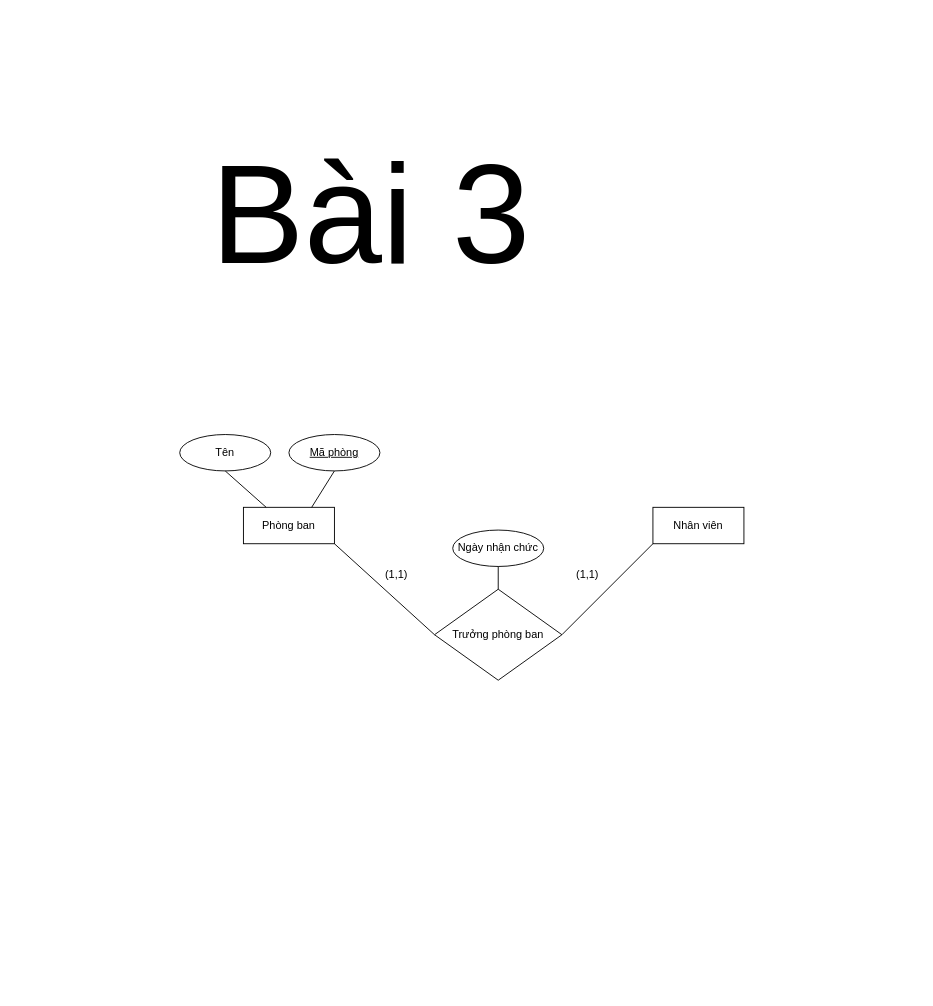
This is page "Trang-3" (3 of 3) of Biểu đồ không có tiêu đề.drawio from S0ra1n0/Database-learning, a draw.io file, before an edit. Source tidied: cells renumbered, new cells numbered last; positions are measured from the earlier drawing's top-left corner, leaving out a move shared by most shapes. Both pictures are drawn from the tidied source at 91%, with x=0, y=0 at pixel (179, 125).
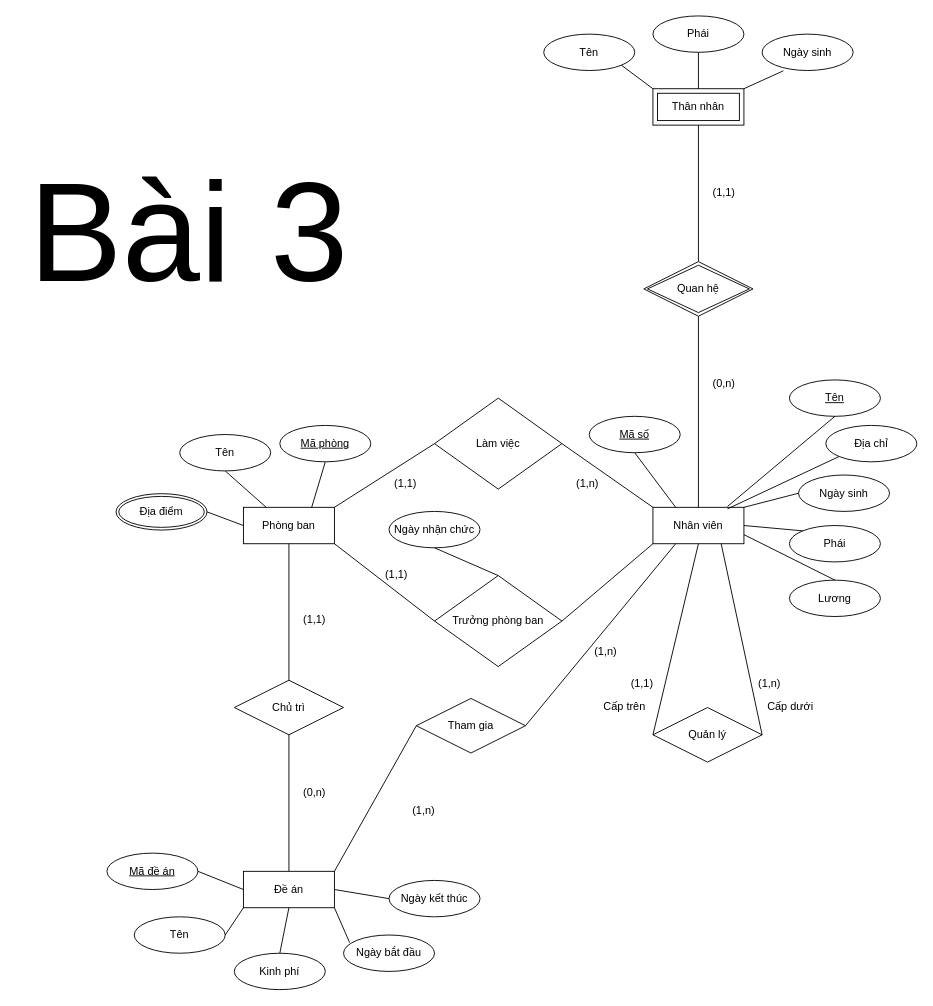
Above is the later version.

Commit message:
Cập nhật Biểu đồ không có tiêu đề.drawio

Unchanged cells that the change refers to:
```xml
<mxCell id="3" value="Nhân viên" style="whiteSpace=wrap;html=1;align=center;" parent="1" vertex="1">
  <mxGeometry x="520" y="420" width="100" height="40" as="geometry" />
</mxCell>
<mxCell id="4" value="Phòng ban" style="whiteSpace=wrap;html=1;align=center;" parent="1" vertex="1">
  <mxGeometry x="70" y="420" width="100" height="40" as="geometry" />
</mxCell>
```

Diff of the diagram source:
```diff
@@
     <mxCell id="2" value="&lt;font style=&quot;font-size: 154px;&quot;&gt;Bài 3&lt;/font&gt;" style="text;strokeColor=none;fillColor=none;spacingLeft=4;spacingRight=4;overflow=hidden;fontSize=12;whiteSpace=wrap;html=1;align=center;" parent="1" vertex="1">
-      <mxGeometry x="20" width="380" height="225" as="geometry" />
+      <mxGeometry x="-180" y="20" width="380" height="225" as="geometry" />
     </mxCell>
@@
     <mxCell id="5" value="Ngày nhận chức" style="ellipse;whiteSpace=wrap;html=1;align=center;" parent="1" vertex="1">
-      <mxGeometry x="300" y="445" width="100" height="40" as="geometry" />
+      <mxGeometry x="230" y="424.5" width="100" height="40" as="geometry" />
     </mxCell>
     <mxCell id="6" value="Mã phòng" style="ellipse;whiteSpace=wrap;html=1;align=center;fontStyle=4;" parent="1" vertex="1">
-      <mxGeometry x="120" y="340" width="100" height="40" as="geometry" />
+      <mxGeometry x="110" y="330" width="100" height="40" as="geometry" />
     </mxCell>
@@
     <mxCell id="8" value="Trưởng phòng ban" style="shape=rhombus;perimeter=rhombusPerimeter;whiteSpace=wrap;html=1;align=center;" parent="1" vertex="1">
-      <mxGeometry x="280" y="510" width="140" height="100" as="geometry" />
+      <mxGeometry x="280" y="495" width="140" height="100" as="geometry" />
     </mxCell>
@@
     <mxCell id="13" value="(1,1)" style="text;strokeColor=none;fillColor=none;spacingLeft=4;spacingRight=4;overflow=hidden;fontSize=12;whiteSpace=wrap;html=1;" parent="1" vertex="1">
-      <mxGeometry x="430" y="480" width="40" height="30" as="geometry" />
+      <mxGeometry x="490" y="600" width="40" height="30" as="geometry" />
     </mxCell>
@@
+    <mxCell id="16" value="Địa điểm" style="ellipse;shape=doubleEllipse;margin=3;whiteSpace=wrap;html=1;align=center;" parent="1" vertex="1">
+      <mxGeometry x="-70" y="405" width="100" height="40" as="geometry" />
+    </mxCell>
+    <mxCell id="17" style="endArrow=none;html=1;rounded=0;entryX=0;entryY=0.5;entryDx=0;entryDy=0;exitX=1;exitY=0.5;exitDx=0;exitDy=0;" parent="1" edge="1" source="16" target="4">
+      <mxGeometry relative="1" as="geometry" />
+    </mxCell>
+    <mxCell id="18" value="Đề án" style="whiteSpace=wrap;html=1;align=center;" parent="1" vertex="1">
+      <mxGeometry x="70" y="820" width="100" height="40" as="geometry" />
+    </mxCell>
+    <mxCell id="19" value="Mã đề án" style="ellipse;whiteSpace=wrap;html=1;align=center;fontStyle=4;" parent="1" vertex="1">
+      <mxGeometry x="-80" y="800" width="100" height="40" as="geometry" />
+    </mxCell>
+    <mxCell id="20" value="Ngày kết thúc" style="ellipse;whiteSpace=wrap;html=1;align=center;" parent="1" vertex="1">
+      <mxGeometry x="230" y="830" width="100" height="40" as="geometry" />
+    </mxCell>
+    <mxCell id="21" value="Ngày bắt đầu" style="ellipse;whiteSpace=wrap;html=1;align=center;" parent="1" vertex="1">
+      <mxGeometry x="180" y="890" width="100" height="40" as="geometry" />
+    </mxCell>
+    <mxCell id="22" value="Kinh phí" style="ellipse;whiteSpace=wrap;html=1;align=center;" parent="1" vertex="1">
+      <mxGeometry x="60" y="910" width="100" height="40" as="geometry" />
+    </mxCell>
+    <mxCell id="23" value="Tên" style="ellipse;whiteSpace=wrap;html=1;align=center;" parent="1" vertex="1">
+      <mxGeometry x="-50" y="870" width="100" height="40" as="geometry" />
+    </mxCell>
+    <mxCell id="24" style="endArrow=none;html=1;rounded=0;entryX=0;entryY=0.5;entryDx=0;entryDy=0;exitX=1;exitY=0.5;exitDx=0;exitDy=0;" parent="1" edge="1" source="18" target="20">
+      <mxGeometry relative="1" as="geometry" />
+    </mxCell>
+    <mxCell id="25" style="endArrow=none;html=1;rounded=0;exitX=0.067;exitY=0.208;exitDx=0;exitDy=0;exitPerimeter=0;entryX=1;entryY=1;entryDx=0;entryDy=0;" parent="1" edge="1" source="21" target="18">
+      <mxGeometry relative="1" as="geometry" />
+    </mxCell>
+    <mxCell id="26" style="endArrow=none;html=1;rounded=0;exitX=0.5;exitY=0;exitDx=0;exitDy=0;entryX=0.5;entryY=1;entryDx=0;entryDy=0;" parent="1" edge="1" source="22" target="18">
+      <mxGeometry relative="1" as="geometry" />
+    </mxCell>
+    <mxCell id="27" style="endArrow=none;html=1;rounded=0;exitX=1;exitY=0.5;exitDx=0;exitDy=0;entryX=0;entryY=1;entryDx=0;entryDy=0;" parent="1" edge="1" source="23" target="18">
+      <mxGeometry relative="1" as="geometry" />
+    </mxCell>
+    <mxCell id="28" style="endArrow=none;html=1;rounded=0;exitX=1;exitY=0.5;exitDx=0;exitDy=0;entryX=0;entryY=0.5;entryDx=0;entryDy=0;" parent="1" edge="1" source="19" target="18">
+      <mxGeometry relative="1" as="geometry" />
+    </mxCell>
+    <mxCell id="29" value="Chủ trì" style="shape=rhombus;perimeter=rhombusPerimeter;whiteSpace=wrap;html=1;align=center;" parent="1" vertex="1">
+      <mxGeometry x="60" y="610" width="120" height="60" as="geometry" />
+    </mxCell>
+    <mxCell id="30" style="endArrow=none;html=1;rounded=0;exitX=0.5;exitY=1;exitDx=0;exitDy=0;entryX=0.5;entryY=0;entryDx=0;entryDy=0;" parent="1" edge="1" source="29" target="18">
+      <mxGeometry relative="1" as="geometry" />
+    </mxCell>
+    <mxCell id="31" style="endArrow=none;html=1;rounded=0;exitX=0.5;exitY=1;exitDx=0;exitDy=0;entryX=0.5;entryY=0;entryDx=0;entryDy=0;" parent="1" edge="1" source="4" target="29">
+      <mxGeometry relative="1" as="geometry" />
+    </mxCell>
+    <mxCell id="32" value="(1,1)" style="text;strokeColor=none;fillColor=none;spacingLeft=4;spacingRight=4;overflow=hidden;fontSize=12;whiteSpace=wrap;html=1;" parent="1" vertex="1">
+      <mxGeometry x="130" y="530" width="40" height="30" as="geometry" />
+    </mxCell>
+    <mxCell id="33" value="(0,n)" style="text;strokeColor=none;fillColor=none;spacingLeft=4;spacingRight=4;overflow=hidden;fontSize=12;whiteSpace=wrap;html=1;" parent="1" vertex="1">
+      <mxGeometry x="130" y="720" width="40" height="30" as="geometry" />
+    </mxCell>
+    <mxCell id="34" value="Mã số" style="ellipse;whiteSpace=wrap;html=1;align=center;fontStyle=4;" parent="1" vertex="1">
+      <mxGeometry x="450" y="320" width="100" height="40" as="geometry" />
+    </mxCell>
+    <mxCell id="35" value="Phái" style="ellipse;whiteSpace=wrap;html=1;align=center;" parent="1" vertex="1">
+      <mxGeometry x="670" y="440" width="100" height="40" as="geometry" />
+    </mxCell>
+    <mxCell id="36" value="Ngày sinh" style="ellipse;whiteSpace=wrap;html=1;align=center;" parent="1" vertex="1">
+      <mxGeometry x="680" y="384.5" width="100" height="40" as="geometry" />
+    </mxCell>
+    <mxCell id="37" value="Địa chỉ" style="ellipse;whiteSpace=wrap;html=1;align=center;" parent="1" vertex="1">
+      <mxGeometry x="710" y="330" width="100" height="40" as="geometry" />
+    </mxCell>
+    <mxCell id="38" value="Lương" style="ellipse;whiteSpace=wrap;html=1;align=center;" parent="1" vertex="1">
+      <mxGeometry x="670" y="500" width="100" height="40" as="geometry" />
+    </mxCell>
+    <mxCell id="39" value="Tên" style="ellipse;whiteSpace=wrap;html=1;align=center;fontStyle=4;" parent="1" vertex="1">
+      <mxGeometry x="670" y="280" width="100" height="40" as="geometry" />
+    </mxCell>
+    <mxCell id="40" style="endArrow=none;html=1;rounded=0;entryX=0.5;entryY=0;entryDx=0;entryDy=0;exitX=1;exitY=0.75;exitDx=0;exitDy=0;" parent="1" edge="1" source="3" target="38">
+      <mxGeometry relative="1" as="geometry" />
+    </mxCell>
+    <mxCell id="41" style="endArrow=none;html=1;rounded=0;entryX=0;entryY=0;entryDx=0;entryDy=0;exitX=1;exitY=0.5;exitDx=0;exitDy=0;" parent="1" edge="1" source="3" target="35">
+      <mxGeometry relative="1" as="geometry" />
+    </mxCell>
+    <mxCell id="42" style="endArrow=none;html=1;rounded=0;entryX=0;entryY=0.5;entryDx=0;entryDy=0;exitX=1;exitY=0;exitDx=0;exitDy=0;" parent="1" edge="1" source="3" target="36">
+      <mxGeometry relative="1" as="geometry" />
+    </mxCell>
+    <mxCell id="43" style="endArrow=none;html=1;rounded=0;entryX=0;entryY=1;entryDx=0;entryDy=0;exitX=0.82;exitY=0.042;exitDx=0;exitDy=0;exitPerimeter=0;" parent="1" edge="1" source="3" target="37">
+      <mxGeometry relative="1" as="geometry" />
+    </mxCell>
+    <mxCell id="44" style="endArrow=none;html=1;rounded=0;entryX=0.5;entryY=1;entryDx=0;entryDy=0;exitX=0.82;exitY=-0.025;exitDx=0;exitDy=0;exitPerimeter=0;" parent="1" edge="1" source="3" target="39">
+      <mxGeometry relative="1" as="geometry" />
+    </mxCell>
+    <mxCell id="45" style="endArrow=none;html=1;rounded=0;exitX=0.25;exitY=0;exitDx=0;exitDy=0;entryX=0.5;entryY=1;entryDx=0;entryDy=0;" parent="1" edge="1" source="3" target="34">
+      <mxGeometry relative="1" as="geometry" />
+    </mxCell>
+    <mxCell id="46" value="Làm việc" style="shape=rhombus;perimeter=rhombusPerimeter;whiteSpace=wrap;html=1;align=center;" parent="1" vertex="1">
+      <mxGeometry x="280" y="300" width="140" height="100" as="geometry" />
+    </mxCell>
+    <mxCell id="47" style="endArrow=none;html=1;rounded=0;entryX=0;entryY=0.5;entryDx=0;entryDy=0;exitX=1;exitY=0;exitDx=0;exitDy=0;" parent="1" edge="1" source="4" target="46">
+      <mxGeometry relative="1" as="geometry" />
+    </mxCell>
+    <mxCell id="48" style="endArrow=none;html=1;rounded=0;entryX=0;entryY=0;entryDx=0;entryDy=0;exitX=1;exitY=0.5;exitDx=0;exitDy=0;" parent="1" edge="1" source="46" target="3">
+      <mxGeometry relative="1" as="geometry" />
+    </mxCell>
+    <mxCell id="49" value="(1,1)" style="text;strokeColor=none;fillColor=none;spacingLeft=4;spacingRight=4;overflow=hidden;fontSize=12;whiteSpace=wrap;html=1;" parent="1" vertex="1">
+      <mxGeometry x="230" y="380" width="40" height="30" as="geometry" />
+    </mxCell>
+    <mxCell id="50" value="(1,n)" style="text;strokeColor=none;fillColor=none;spacingLeft=4;spacingRight=4;overflow=hidden;fontSize=12;whiteSpace=wrap;html=1;" parent="1" vertex="1">
+      <mxGeometry x="430" y="380" width="40" height="30" as="geometry" />
+    </mxCell>
+    <mxCell id="51" value="Tham gia" style="shape=rhombus;perimeter=rhombusPerimeter;whiteSpace=wrap;html=1;align=center;" parent="1" vertex="1">
+      <mxGeometry x="260" y="630" width="120" height="60" as="geometry" />
+    </mxCell>
+    <mxCell id="52" style="endArrow=none;html=1;rounded=0;entryX=0;entryY=0.5;entryDx=0;entryDy=0;exitX=1;exitY=0;exitDx=0;exitDy=0;" parent="1" edge="1" source="18" target="51">
+      <mxGeometry relative="1" as="geometry" />
+    </mxCell>
+    <mxCell id="53" style="endArrow=none;html=1;rounded=0;entryX=0.25;entryY=1;entryDx=0;entryDy=0;exitX=1;exitY=0.5;exitDx=0;exitDy=0;" parent="1" edge="1" source="51" target="3">
+      <mxGeometry relative="1" as="geometry" />
+    </mxCell>
+    <mxCell id="54" value="(1,n)" style="text;strokeColor=none;fillColor=none;spacingLeft=4;spacingRight=4;overflow=hidden;fontSize=12;whiteSpace=wrap;html=1;" parent="1" vertex="1">
+      <mxGeometry x="450" y="565" width="40" height="30" as="geometry" />
+    </mxCell>
+    <mxCell id="55" value="(1,n)" style="text;strokeColor=none;fillColor=none;spacingLeft=4;spacingRight=4;overflow=hidden;fontSize=12;whiteSpace=wrap;html=1;" parent="1" vertex="1">
+      <mxGeometry x="250" y="740" width="40" height="30" as="geometry" />
+    </mxCell>
+    <mxCell id="56" value="Quản lý" style="shape=rhombus;perimeter=rhombusPerimeter;whiteSpace=wrap;html=1;align=center;" parent="1" vertex="1">
+      <mxGeometry x="520" y="640" width="120" height="60" as="geometry" />
+    </mxCell>
+    <mxCell id="57" style="endArrow=none;html=1;rounded=0;entryX=0.75;entryY=1;entryDx=0;entryDy=0;exitX=1;exitY=0.5;exitDx=0;exitDy=0;" parent="1" edge="1" source="56" target="3">
+      <mxGeometry relative="1" as="geometry" />
+    </mxCell>
+    <mxCell id="58" style="endArrow=none;html=1;rounded=0;entryX=0.5;entryY=1;entryDx=0;entryDy=0;exitX=0;exitY=0.5;exitDx=0;exitDy=0;" parent="1" edge="1" source="56" target="3">
+      <mxGeometry relative="1" as="geometry" />
+    </mxCell>
+    <mxCell id="59" value="(1,n)" style="text;strokeColor=none;fillColor=none;spacingLeft=4;spacingRight=4;overflow=hidden;fontSize=12;whiteSpace=wrap;html=1;" parent="1" vertex="1">
+      <mxGeometry x="630" y="600" width="40" height="30" as="geometry" />
+    </mxCell>
+    <mxCell id="60" value="Cấp dưới" style="text;strokeColor=none;fillColor=none;spacingLeft=4;spacingRight=4;overflow=hidden;fontSize=12;whiteSpace=wrap;html=1;" parent="1" vertex="1">
+      <mxGeometry x="640" y="625" width="70" height="30" as="geometry" />
+    </mxCell>
+    <mxCell id="61" value="Cấp trên" style="text;strokeColor=none;fillColor=none;spacingLeft=4;spacingRight=4;overflow=hidden;fontSize=12;whiteSpace=wrap;html=1;" parent="1" vertex="1">
+      <mxGeometry x="460" y="625" width="70" height="30" as="geometry" />
+    </mxCell>
+    <mxCell id="62" value="Thân nhân" style="shape=ext;margin=3;double=1;whiteSpace=wrap;html=1;align=center;" parent="1" vertex="1">
+      <mxGeometry x="520" y="-40" width="100" height="40" as="geometry" />
+    </mxCell>
+    <mxCell id="63" value="Quan hệ" style="shape=rhombus;double=1;perimeter=rhombusPerimeter;whiteSpace=wrap;html=1;align=center;" parent="1" vertex="1">
+      <mxGeometry x="510" y="150" width="120" height="60" as="geometry" />
+    </mxCell>
+    <mxCell id="64" style="endArrow=none;html=1;rounded=0;entryX=0.5;entryY=1;entryDx=0;entryDy=0;exitX=0.5;exitY=0;exitDx=0;exitDy=0;" parent="1" edge="1" source="63" target="62">
+      <mxGeometry relative="1" as="geometry" />
+    </mxCell>
+    <mxCell id="65" style="endArrow=none;html=1;rounded=0;entryX=0.5;entryY=0;entryDx=0;entryDy=0;exitX=0.5;exitY=1;exitDx=0;exitDy=0;" parent="1" edge="1" source="63" target="3">
+      <mxGeometry relative="1" as="geometry" />
+    </mxCell>
+    <mxCell id="66" value="(1,1)" style="text;strokeColor=none;fillColor=none;spacingLeft=4;spacingRight=4;overflow=hidden;fontSize=12;whiteSpace=wrap;html=1;" parent="1" vertex="1">
+      <mxGeometry x="580" y="60" width="40" height="30" as="geometry" />
+    </mxCell>
+    <mxCell id="67" value="(0,n)" style="text;strokeColor=none;fillColor=none;spacingLeft=4;spacingRight=4;overflow=hidden;fontSize=12;whiteSpace=wrap;html=1;" parent="1" vertex="1">
+      <mxGeometry x="580" y="270" width="40" height="30" as="geometry" />
+    </mxCell>
+    <mxCell id="68" value="Ngày sinh" style="ellipse;whiteSpace=wrap;html=1;align=center;" parent="1" vertex="1">
+      <mxGeometry x="640" y="-100" width="100" height="40" as="geometry" />
+    </mxCell>
+    <mxCell id="69" value="Phái" style="ellipse;whiteSpace=wrap;html=1;align=center;" parent="1" vertex="1">
+      <mxGeometry x="520" y="-120" width="100" height="40" as="geometry" />
+    </mxCell>
+    <mxCell id="70" value="Tên" style="ellipse;whiteSpace=wrap;html=1;align=center;" parent="1" vertex="1">
+      <mxGeometry x="400" y="-100" width="100" height="40" as="geometry" />
+    </mxCell>
+    <mxCell id="71" style="endArrow=none;html=1;rounded=0;entryX=0.233;entryY=1.008;entryDx=0;entryDy=0;entryPerimeter=0;" parent="1" edge="1" target="68">
+      <mxGeometry relative="1" as="geometry">
+        <mxPoint x="620" y="-40" as="sourcePoint" />
+      </mxGeometry>
+    </mxCell>
+    <mxCell id="72" style="endArrow=none;html=1;rounded=0;entryX=0.5;entryY=1;entryDx=0;entryDy=0;" parent="1" edge="1" source="62" target="69">
+      <mxGeometry relative="1" as="geometry" />
+    </mxCell>
+    <mxCell id="73" style="endArrow=none;html=1;rounded=0;entryX=1;entryY=1;entryDx=0;entryDy=0;exitX=0;exitY=0;exitDx=0;exitDy=0;" parent="1" edge="1" source="62" target="70">
+      <mxGeometry relative="1" as="geometry" />
+    </mxCell>
```
